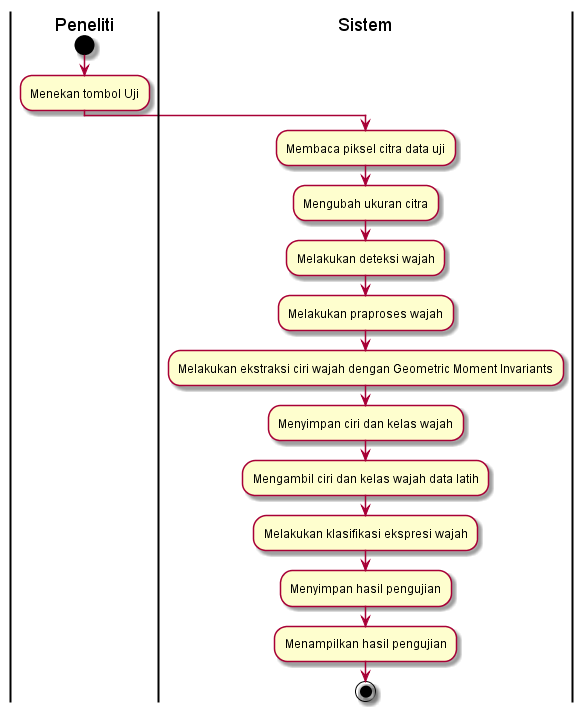
ayulestari10/gmisvm keeps this PlantUML diagram as diagram/AD_proses_pengujian.png. Above is the earlier version.
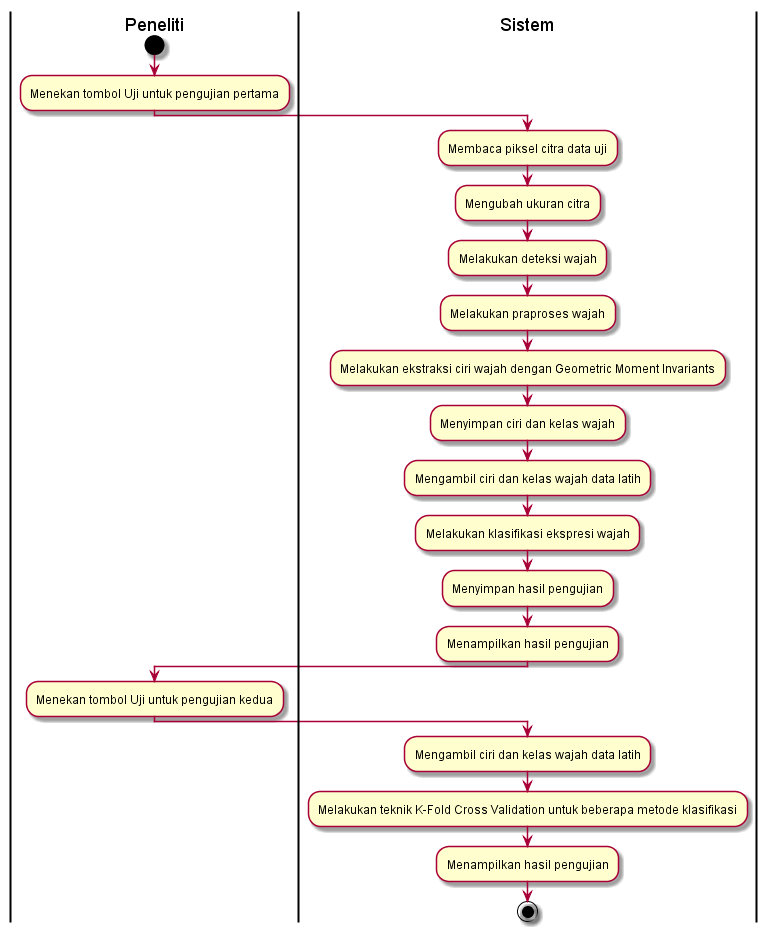
After the change.

What changed in the source:
```diff
@@ -2,7 +2,7 @@
 | Peneliti |
 start
 
-:Menekan tombol Uji;
+:Menekan tombol Uji untuk pengujian pertama;
 
 | Sistem |
 :Membaca piksel citra data uji;
@@ -16,6 +16,13 @@
 :Menyimpan hasil pengujian;
 :Menampilkan hasil pengujian;
 
+| Peneliti |
+:Menekan tombol Uji untuk pengujian kedua;
+
+| Sistem |
+:Mengambil ciri dan kelas wajah data latih;
+:Melakukan teknik K-Fold Cross Validation untuk beberapa metode klasifikasi;
+:Menampilkan hasil pengujian;
 
 stop
 @enduml
```
